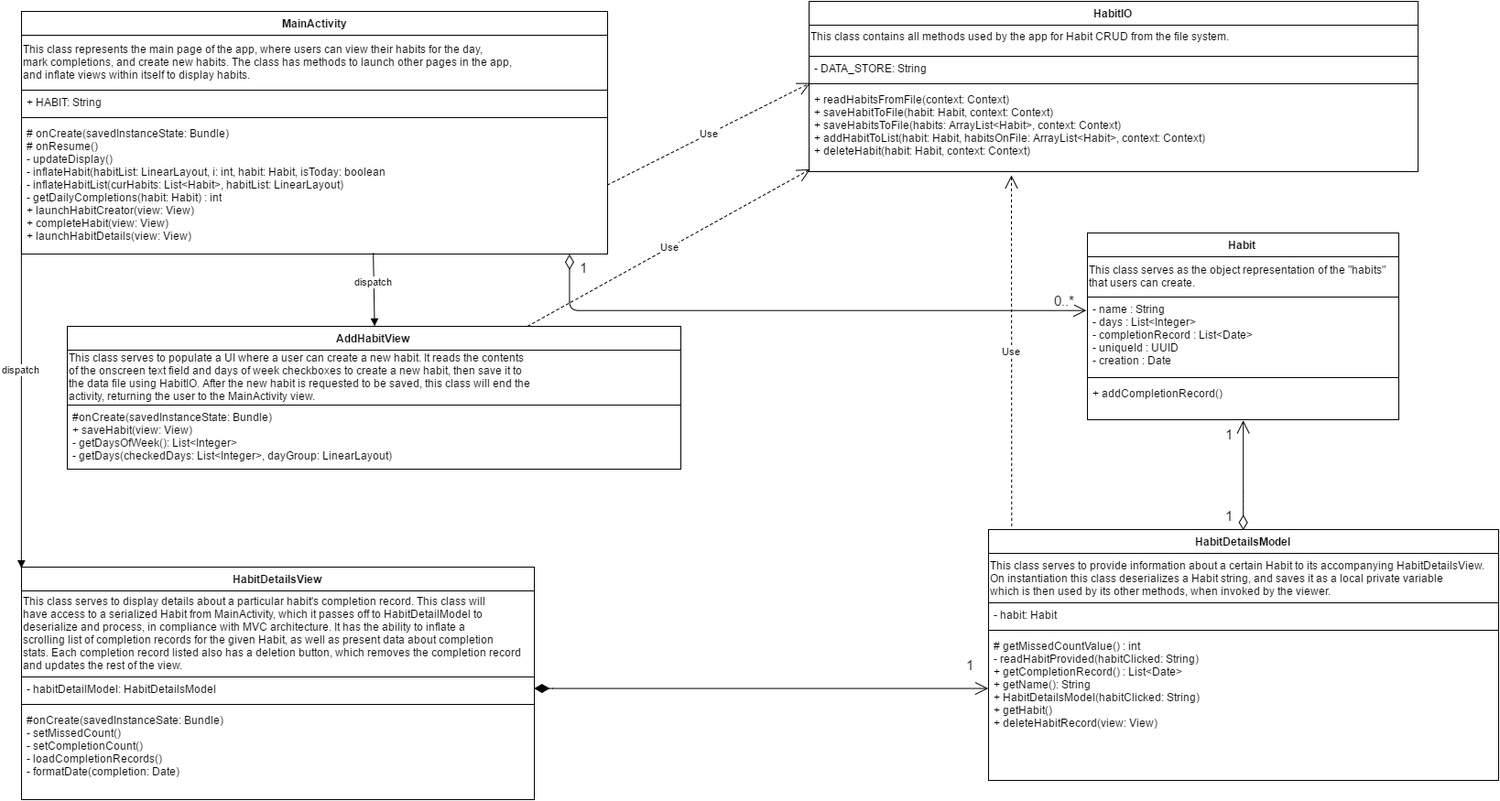
Before: doc/as1UML.png, a diagram exported from draw.io (HarleyVanselow/AndroidReminderApp). Source tidied: cells renumbered, new cells last; positions are measured from the earlier drawing's top-left corner, leaving out a move shared by most shapes.
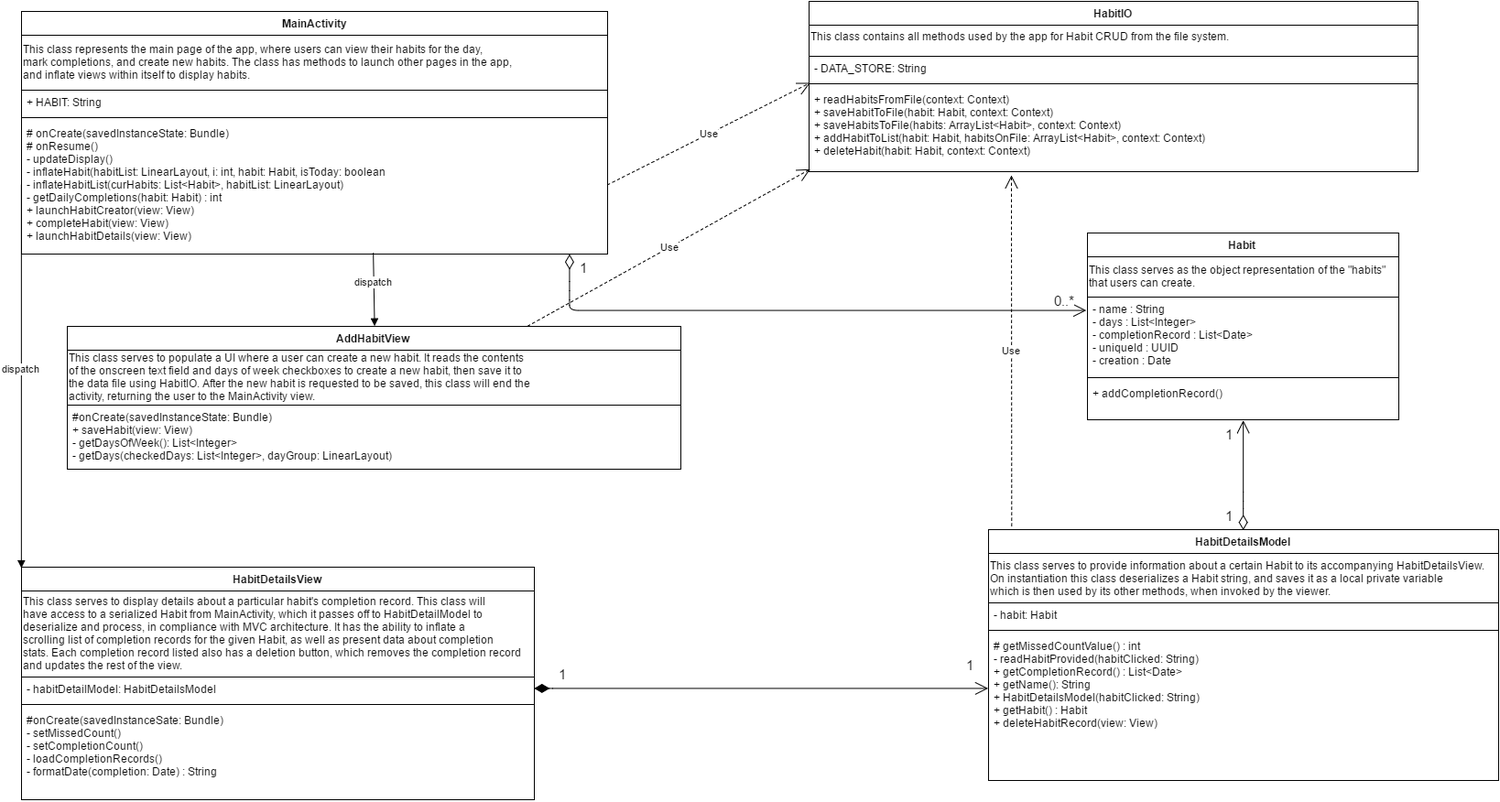
Later version of the same file.

Diff of the diagram source:
```diff
@@ -59,7 +59,7 @@
     <mxCell id="20" style="line;html=1;strokeWidth=1;fillColor=none;align=left;verticalAlign=middle;spacingTop=-1;spacingLeft=3;spacingRight=3;labelPosition=right;" parent="17" vertex="1">
       <mxGeometry y="146" width="560" height="8" as="geometry" />
     </mxCell>
-    <mxCell id="21" value="#onCreate(savedInstanceSate: Bundle)&lt;div&gt;- setMissedCount()&lt;/div&gt;&lt;div&gt;- setCompletionCount()&lt;/div&gt;&lt;div&gt;- loadCompletionRecords()&lt;/div&gt;&lt;div&gt;- formatDate(completion: Date)&lt;/div&gt;" style="text;html=1;strokeColor=none;fillColor=none;align=left;verticalAlign=top;spacingLeft=4;spacingRight=4;whiteSpace=wrap;overflow=hidden;" parent="17" vertex="1">
+    <mxCell id="21" value="#onCreate(savedInstanceSate: Bundle)&lt;div&gt;- setMissedCount()&lt;/div&gt;&lt;div&gt;- setCompletionCount()&lt;/div&gt;&lt;div&gt;- loadCompletionRecords()&lt;/div&gt;&lt;div&gt;- formatDate(completion: Date) : String&lt;/div&gt;" style="text;html=1;strokeColor=none;fillColor=none;align=left;verticalAlign=top;spacingLeft=4;spacingRight=4;whiteSpace=wrap;overflow=hidden;" parent="17" vertex="1">
       <mxGeometry y="154" width="560" height="90" as="geometry" />
     </mxCell>
     <mxCell id="22" value="HabitDetailsModel" style="swimlane;html=1;fontStyle=1;align=center;verticalAlign=top;horizontal=1;startSize=26;swimlaneFillColor=#ffffff;" parent="1" vertex="1">
@@ -74,7 +74,7 @@
     <mxCell id="25" style="line;html=1;strokeWidth=1;fillColor=none;align=left;verticalAlign=middle;spacingTop=-1;spacingLeft=3;spacingRight=3;labelPosition=right;" parent="22" vertex="1">
       <mxGeometry y="106" width="557" height="8" as="geometry" />
     </mxCell>
-    <mxCell id="26" value="&lt;div&gt;# getMissedCountValue() : int&lt;/div&gt;&lt;div&gt;- readHabitProvided(habitClicked: String)&lt;/div&gt;&lt;div&gt;+ getCompletionRecord() : List&amp;lt;Date&amp;gt;&lt;/div&gt;&lt;div&gt;+ getName(): String&lt;/div&gt;&lt;div&gt;+ HabitDetailsModel(habitClicked: String)&lt;/div&gt;&lt;div&gt;+ getHabit()&lt;div&gt;+ deleteHabitRecord(view: View)&lt;/div&gt;&lt;/div&gt;" style="text;html=1;strokeColor=none;fillColor=none;align=left;verticalAlign=top;spacingLeft=4;spacingRight=4;whiteSpace=wrap;overflow=hidden;points=[[0,0.5],[1,0.5]];portConstraint=eastwest;" parent="22" vertex="1">
+    <mxCell id="26" value="&lt;div&gt;# getMissedCountValue() : int&lt;/div&gt;&lt;div&gt;- readHabitProvided(habitClicked: String)&lt;/div&gt;&lt;div&gt;+ getCompletionRecord() : List&amp;lt;Date&amp;gt;&lt;/div&gt;&lt;div&gt;+ getName(): String&lt;/div&gt;&lt;div&gt;+ HabitDetailsModel(habitClicked: String)&lt;/div&gt;&lt;div&gt;+ getHabit() : Habit&lt;div&gt;+ deleteHabitRecord(view: View)&lt;/div&gt;&lt;/div&gt;" style="text;html=1;strokeColor=none;fillColor=none;align=left;verticalAlign=top;spacingLeft=4;spacingRight=4;whiteSpace=wrap;overflow=hidden;points=[[0,0.5],[1,0.5]];portConstraint=eastwest;" parent="22" vertex="1">
       <mxGeometry y="114" width="557" height="120" as="geometry" />
     </mxCell>
     <mxCell id="27" value="AddHabitView" style="swimlane;html=1;fontStyle=1;align=center;verticalAlign=top;horizontal=1;startSize=26;swimlaneFillColor=#ffffff;" parent="1" vertex="1">
@@ -106,6 +106,8 @@
     <mxCell id="35" style="endArrow=open;html=1;endSize=12;startArrow=diamondThin;startSize=14;startFill=0;edgeStyle=orthogonalEdgeStyle;entryX=-0.005;entryY=0.179;entryPerimeter=0;exitX=0.935;exitY=1.041;exitPerimeter=0;" parent="1" edge="1" source="16" target="4">
       <mxGeometry x="0.04" y="-10" relative="1" as="geometry">
         <Array as="points">
+          <mxPoint x="598" y="316" />
+          <mxPoint x="599" y="316" />
           <mxPoint x="599" y="338" />
         </Array>
       </mxGeometry>
@@ -121,7 +123,7 @@
       </mxGeometry>
     </mxCell>
     <mxCell id="38" value="1" style="endArrow=open;html=1;endSize=12;startArrow=diamondThin;startSize=14;startFill=1;edgeStyle=orthogonalEdgeStyle;align=left;verticalAlign=bottom;fontFamily=Helvetica;fontSize=15;exitX=1;exitY=0.5;entryX=0;entryY=0.5;" parent="1" edge="1" source="19" target="26">
-      <mxGeometry x="0.9" y="15" relative="1" as="geometry">
+      <mxGeometry x="0.9" y="14" relative="1" as="geometry">
         <Array as="points">
           <mxPoint x="570" y="751" />
         </Array>
@@ -145,5 +147,8 @@
         <mxPoint x="-9" as="offset" />
       </mxGeometry>
     </mxCell>
+    <mxCell id="42" value="1" style="text;html=1;strokeColor=none;fillColor=none;align=center;verticalAlign=middle;whiteSpace=wrap;fontFamily=Helvetica;fontSize=15;" parent="1" vertex="1">
+      <mxGeometry x="570" y="725" width="40" height="20" as="geometry" />
+    </mxCell>
   </root>
 </mxGraphModel>
```
